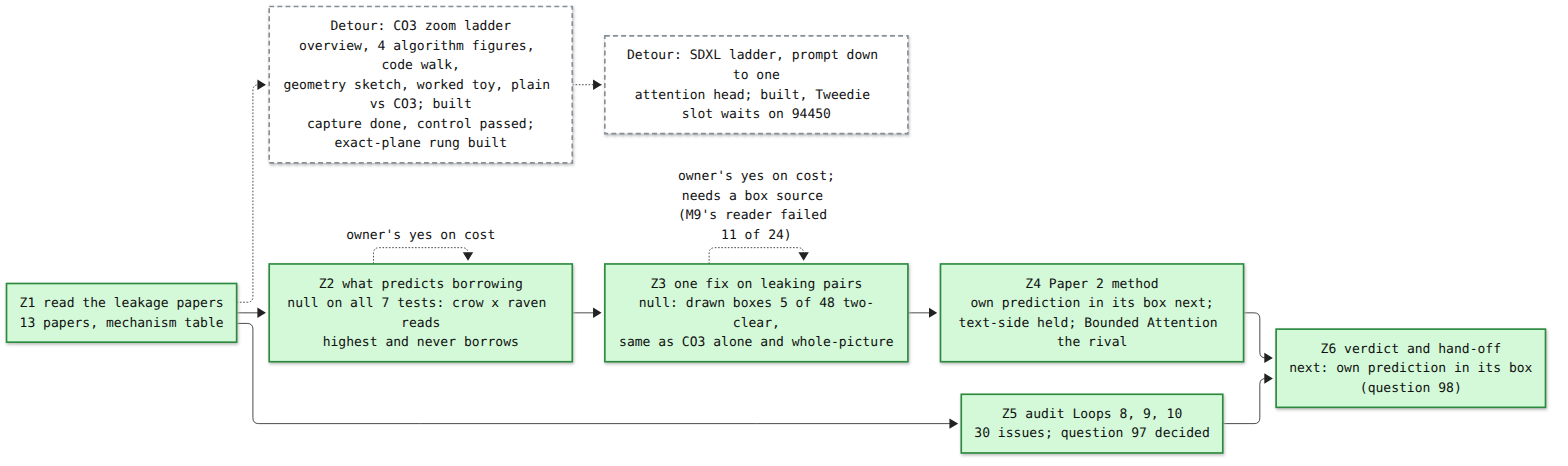
Above: artifacts/notes/progress/leakage/loop-12-progress.png in mo-rsa24/concept-composition (Mermaid), before the change. Its source is kept beside it as artifacts/notes/progress/leakage/loop-12-progress.mmd.
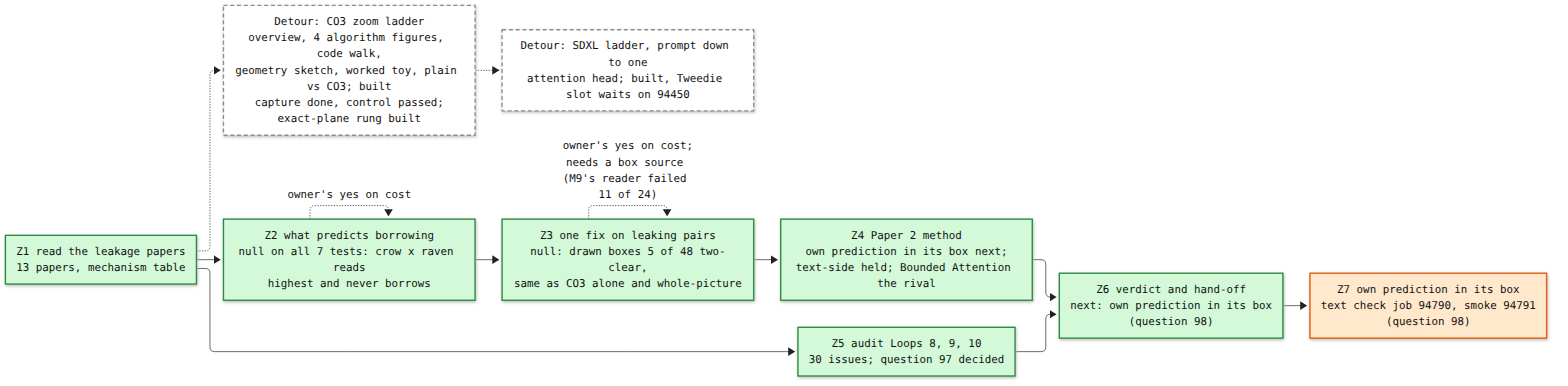
Later version of the same file.

Commit message:
Loop 12 map: Z7 added

Change to the diagram source:
```diff
@@ -14,6 +14,8 @@
   Z1 --> Z5 --> Z6
   Z2 -. "owner's yes on cost" .-> Z2
   Z3 -. "owner's yes on cost;<br/>needs a box source (M9's reader failed 11 of 24)" .-> Z3
+  Z7["Z7 own prediction in its box<br/>text check job 94790, smoke 94791<br/>(question 98)"]:::doing
+  Z6 --> Z7
   classDef done fill:#d3f9d8,stroke:#2b8a3e,stroke-width:2px
   classDef doing fill:#ffe8cc,stroke:#e8590c,stroke-width:2px
   classDef detour fill:#ffffff,stroke:#868e96,stroke-width:2px,stroke-dasharray: 6 4
```
